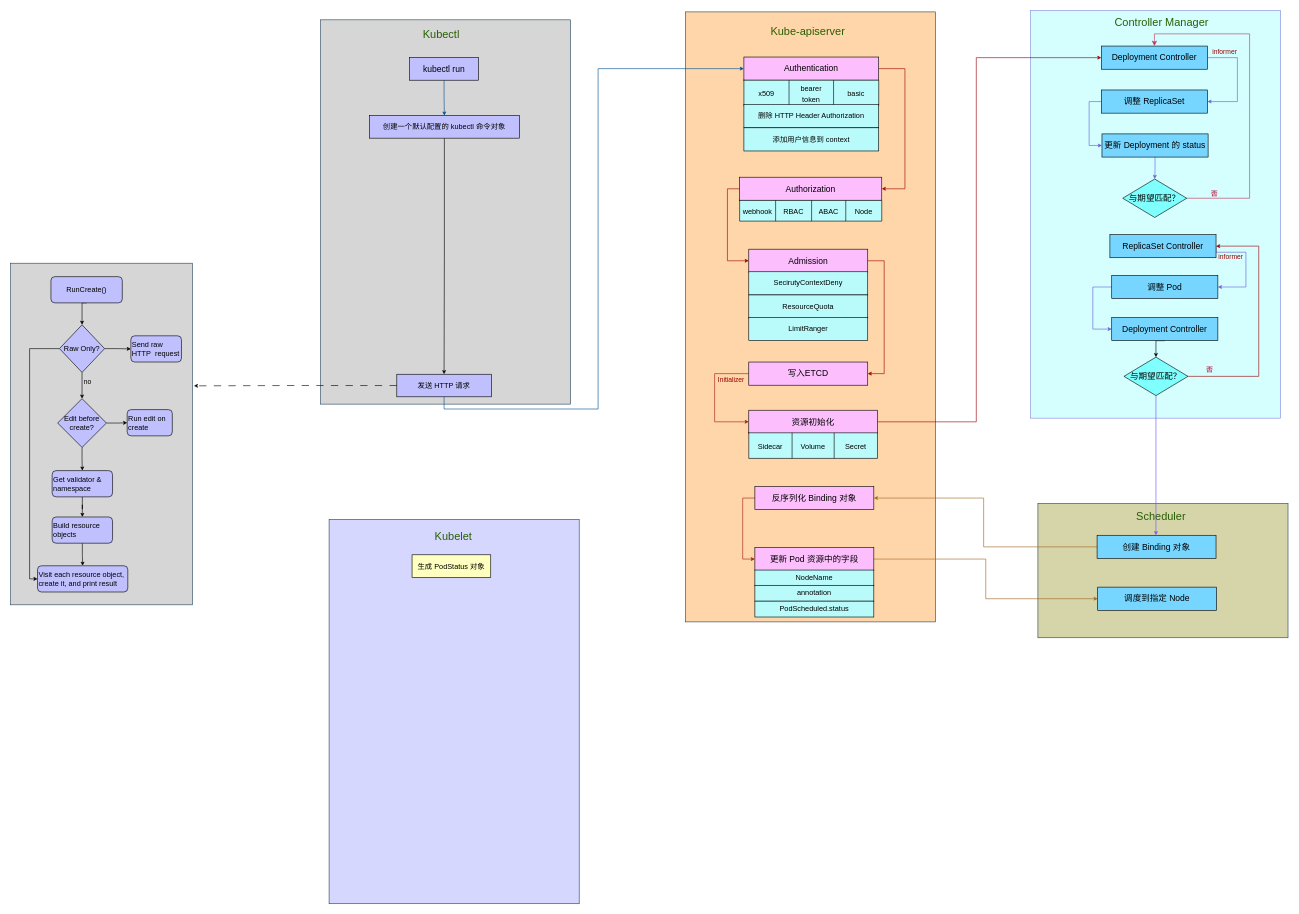
Above: 云原生/k8s/kubernetes创建pod流程图.drawio in roundliuyang/biji2 (draw.io), before the change. Source tidied: cells renumbered, new cells numbered last; positions are measured from the earlier drawing's top-left corner, leaving out a move shared by most shapes. Both pictures are drawn from the tidied source at 61%, with x=0, y=0 at pixel (10, 10).
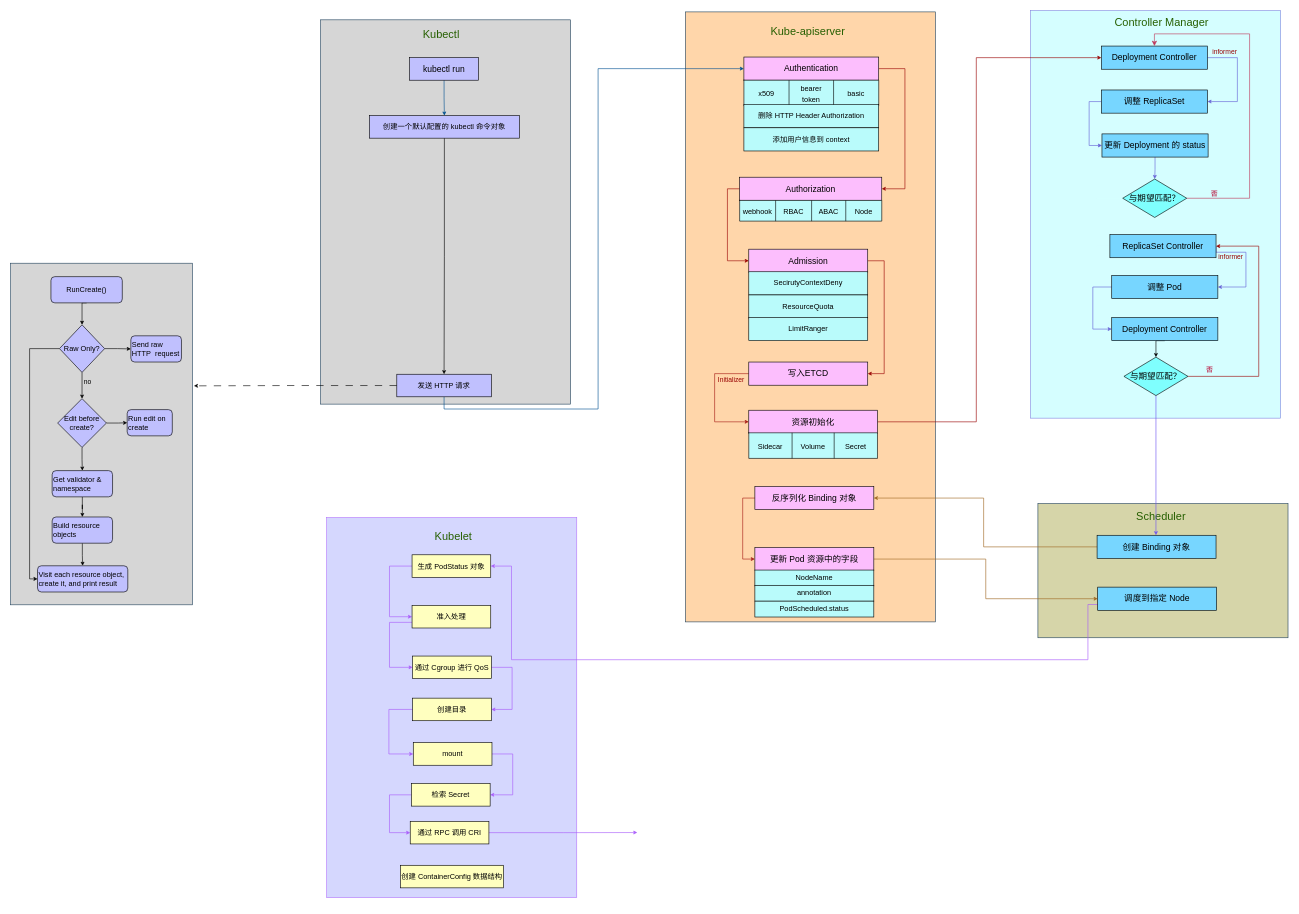
Above is the later version.

Unchanged cells that the change refers to:
```xml
<mxCell id="61" value="&lt;span style=&quot;font-size: 14px;&quot;&gt;调度到指定 Node&lt;/span&gt;" style="rounded=0;whiteSpace=wrap;html=1;fillColor=#77d6ff;" parent="1" vertex="1">
  <mxGeometry x="1782" y="945" width="195" height="38" as="geometry" />
</mxCell>
<mxCell id="71" value="&lt;p&gt;生成 PodStatus 对象&lt;/p&gt;" style="rounded=0;whiteSpace=wrap;html=1;fillColor=#ffffbf;" parent="1" vertex="1">
  <mxGeometry x="658" y="892" width="129" height="37" as="geometry" />
</mxCell>
```

What changed in the source:
```diff
@@
+    <mxCell id="69" style="rounded=0;whiteSpace=wrap;html=1;fillColor=#d5d7fe;strokeColor=#b276fc;gradientColor=none;" parent="1" vertex="1">
+      <mxGeometry x="518" y="831" width="410" height="623" as="geometry" />
+    </mxCell>
@@
+    <mxCell id="102" style="edgeStyle=orthogonalEdgeStyle;rounded=0;jettySize=auto;html=1;exitX=0;exitY=0.75;exitDx=0;exitDy=0;entryX=1;entryY=0.5;entryDx=0;entryDy=0;endSize=4;strokeColor=#a85bfb;" parent="1" edge="1" source="61" target="71">
+      <mxGeometry relative="1" as="geometry">
+        <Array as="points">
+          <mxPoint x="1766" y="973" />
+          <mxPoint x="1766" y="1064" />
+          <mxPoint x="821" y="1064" />
+          <mxPoint x="821" y="911" />
+        </Array>
+      </mxGeometry>
+    </mxCell>
@@
-    <mxCell id="69" style="rounded=0;whiteSpace=wrap;html=1;fillColor=#d5d7fe;strokeColor=#23445d;gradientColor=none;" parent="1" vertex="1">
-      <mxGeometry x="522" y="834" width="410" height="630" as="geometry" />
-    </mxCell>
@@
+    <mxCell id="103" style="edgeStyle=orthogonalEdgeStyle;shape=connector;rounded=0;jettySize=auto;html=1;exitX=0;exitY=0.5;exitDx=0;exitDy=0;entryX=0;entryY=0.5;entryDx=0;entryDy=0;strokeColor=#A85BFB;align=center;verticalAlign=middle;fontFamily=Helvetica;fontSize=11;fontColor=default;labelBackgroundColor=default;endArrow=classic;endSize=4;" parent="1" edge="1" source="71" target="105">
+      <mxGeometry relative="1" as="geometry">
+        <Array as="points">
+          <mxPoint x="621" y="911" />
+          <mxPoint x="621" y="993" />
+        </Array>
+      </mxGeometry>
+    </mxCell>
@@
+    <mxCell id="104" style="edgeStyle=orthogonalEdgeStyle;shape=connector;rounded=0;jettySize=auto;html=1;exitX=0;exitY=0.75;exitDx=0;exitDy=0;entryX=0;entryY=0.5;entryDx=0;entryDy=0;strokeColor=#A85BFB;align=center;verticalAlign=middle;fontFamily=Helvetica;fontSize=11;fontColor=default;labelBackgroundColor=default;endArrow=classic;endSize=4;" parent="1" edge="1" source="105" target="107">
+      <mxGeometry relative="1" as="geometry">
+        <Array as="points">
+          <mxPoint x="621" y="1003" />
+          <mxPoint x="621" y="1077" />
+        </Array>
+      </mxGeometry>
+    </mxCell>
+    <mxCell id="105" value="&lt;p&gt;准入处理&lt;/p&gt;" style="rounded=0;whiteSpace=wrap;html=1;fillColor=#ffffbf;" parent="1" vertex="1">
+      <mxGeometry x="658" y="975" width="129" height="37" as="geometry" />
+    </mxCell>
+    <mxCell id="106" style="edgeStyle=orthogonalEdgeStyle;shape=connector;rounded=0;jettySize=auto;html=1;exitX=1;exitY=0.5;exitDx=0;exitDy=0;entryX=1;entryY=0.5;entryDx=0;entryDy=0;strokeColor=#A85BFB;align=center;verticalAlign=middle;fontFamily=Helvetica;fontSize=11;fontColor=default;labelBackgroundColor=default;endArrow=classic;endSize=4;" parent="1" edge="1" source="107" target="109">
+      <mxGeometry relative="1" as="geometry">
+        <Array as="points">
+          <mxPoint x="822" y="1077" />
+          <mxPoint x="822" y="1145" />
+        </Array>
+      </mxGeometry>
+    </mxCell>
+    <mxCell id="107" value="&lt;p&gt;通过 Cgroup 进行 QoS&lt;/p&gt;" style="rounded=0;whiteSpace=wrap;html=1;fillColor=#ffffbf;" parent="1" vertex="1">
+      <mxGeometry x="659" y="1058" width="129" height="37" as="geometry" />
+    </mxCell>
+    <mxCell id="108" style="edgeStyle=orthogonalEdgeStyle;shape=connector;rounded=0;jettySize=auto;html=1;exitX=0;exitY=0.5;exitDx=0;exitDy=0;entryX=0;entryY=0.5;entryDx=0;entryDy=0;strokeColor=#A85BFB;align=center;verticalAlign=middle;fontFamily=Helvetica;fontSize=11;fontColor=default;labelBackgroundColor=default;endArrow=classic;endSize=4;" parent="1" edge="1" source="109" target="111">
+      <mxGeometry relative="1" as="geometry">
+        <Array as="points">
+          <mxPoint x="620" y="1145" />
+          <mxPoint x="620" y="1219" />
+        </Array>
+      </mxGeometry>
+    </mxCell>
+    <mxCell id="109" value="&lt;p&gt;创建目录&lt;/p&gt;" style="rounded=0;whiteSpace=wrap;html=1;fillColor=#ffffbf;" parent="1" vertex="1">
+      <mxGeometry x="659" y="1127" width="129" height="37" as="geometry" />
+    </mxCell>
+    <mxCell id="110" style="edgeStyle=orthogonalEdgeStyle;shape=connector;rounded=0;jettySize=auto;html=1;exitX=1;exitY=0.5;exitDx=0;exitDy=0;entryX=1;entryY=0.5;entryDx=0;entryDy=0;strokeColor=#A85BFB;align=center;verticalAlign=middle;fontFamily=Helvetica;fontSize=11;fontColor=default;labelBackgroundColor=default;endArrow=classic;endSize=4;" parent="1" edge="1" source="111" target="113">
+      <mxGeometry relative="1" as="geometry">
+        <Array as="points">
+          <mxPoint x="823" y="1219" />
+          <mxPoint x="823" y="1285" />
+        </Array>
+      </mxGeometry>
+    </mxCell>
+    <mxCell id="111" value="&lt;p&gt;mount&lt;/p&gt;" style="rounded=0;whiteSpace=wrap;html=1;fillColor=#ffffbf;" parent="1" vertex="1">
+      <mxGeometry x="660" y="1200" width="129" height="37" as="geometry" />
+    </mxCell>
+    <mxCell id="112" style="edgeStyle=orthogonalEdgeStyle;shape=connector;rounded=0;jettySize=auto;html=1;exitX=0;exitY=0.5;exitDx=0;exitDy=0;entryX=0;entryY=0.5;entryDx=0;entryDy=0;strokeColor=#A85BFB;align=center;verticalAlign=middle;fontFamily=Helvetica;fontSize=11;fontColor=default;labelBackgroundColor=default;endArrow=classic;endSize=4;" parent="1" edge="1" source="113" target="115">
+      <mxGeometry relative="1" as="geometry">
+        <Array as="points">
+          <mxPoint x="621" y="1285" />
+          <mxPoint x="621" y="1347" />
+        </Array>
+      </mxGeometry>
+    </mxCell>
+    <mxCell id="113" value="&lt;p&gt;检索 Secret&lt;/p&gt;" style="rounded=0;whiteSpace=wrap;html=1;fillColor=#ffffbf;" parent="1" vertex="1">
+      <mxGeometry x="657" y="1267" width="129" height="37" as="geometry" />
+    </mxCell>
+    <mxCell id="114" style="edgeStyle=orthogonalEdgeStyle;shape=connector;rounded=0;jettySize=auto;html=1;exitX=1;exitY=0.5;exitDx=0;exitDy=0;strokeColor=#A85BFB;align=center;verticalAlign=middle;fontFamily=Helvetica;fontSize=11;fontColor=default;labelBackgroundColor=default;endArrow=classic;endSize=4;" parent="1" edge="1" source="115">
+      <mxGeometry relative="1" as="geometry">
+        <mxPoint x="1027.3" y="1347.3" as="targetPoint" />
+      </mxGeometry>
+    </mxCell>
+    <mxCell id="115" value="&lt;p&gt;通过 RPC 调用 CRI&lt;/p&gt;" style="rounded=0;whiteSpace=wrap;html=1;fillColor=#ffffbf;" parent="1" vertex="1">
+      <mxGeometry x="655" y="1329" width="129" height="37" as="geometry" />
+    </mxCell>
+    <mxCell id="116" value="&lt;p&gt;创建 ContainerConfig 数据结构&lt;/p&gt;" style="rounded=0;whiteSpace=wrap;html=1;fillColor=#ffffbf;" parent="1" vertex="1">
+      <mxGeometry x="639" y="1401" width="169" height="37" as="geometry" />
+    </mxCell>
```
